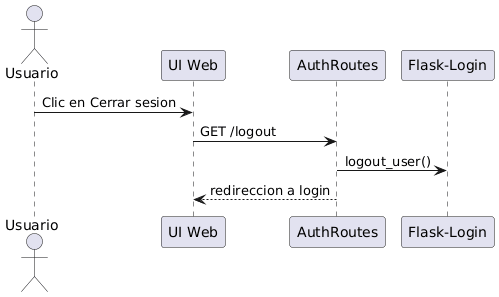
Before: docs/uml/render/secuencias/CU07_cerrar_sesion.png, a diagram exported from PlantUML (maranavard/SISTEMA-COMPUTACIONAL-PARA-LA-GESTION-Y-CONTROL-DE-ACCESO-DE-AUTOMOVILES-M-DULO-WEB).
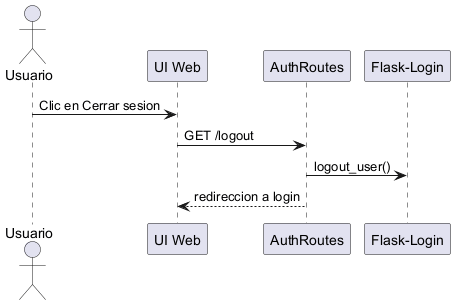
Above is the later version.

Change to the diagram source:
```diff
@@ -1,4 +1,4 @@
-@startuml
+@startuml CU07_cerrar_sesion
 actor Usuario
 participant "UI Web" as UI
 participant "AuthRoutes" as A
```
